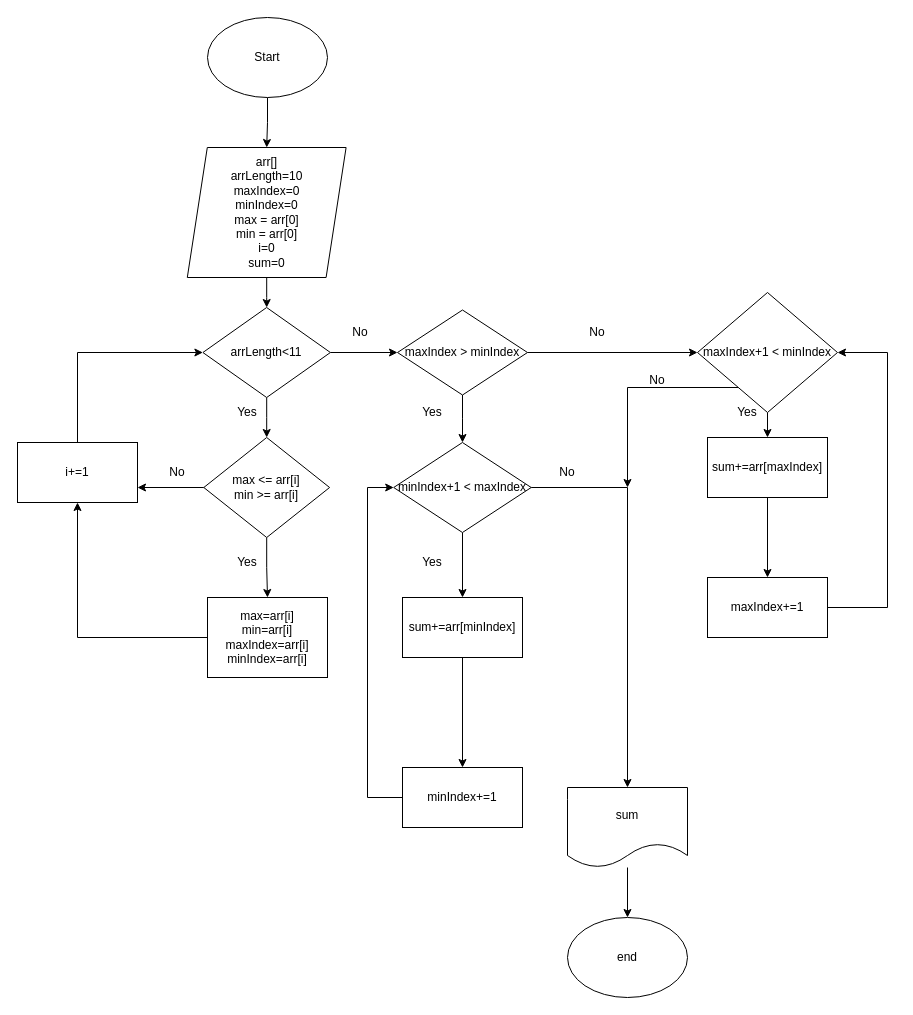
This is page "sum between" (2 of 2) of sum between max and min.drawio from Dioneer/Flowcharts, a draw.io file, before an edit. Source tidied: cells renumbered, new cells numbered last; positions are measured from the earlier drawing's top-left corner, leaving out a move shared by most shapes. Both pictures are drawn from the tidied source at 100%, with x=0, y=0 at pixel (17, 17).
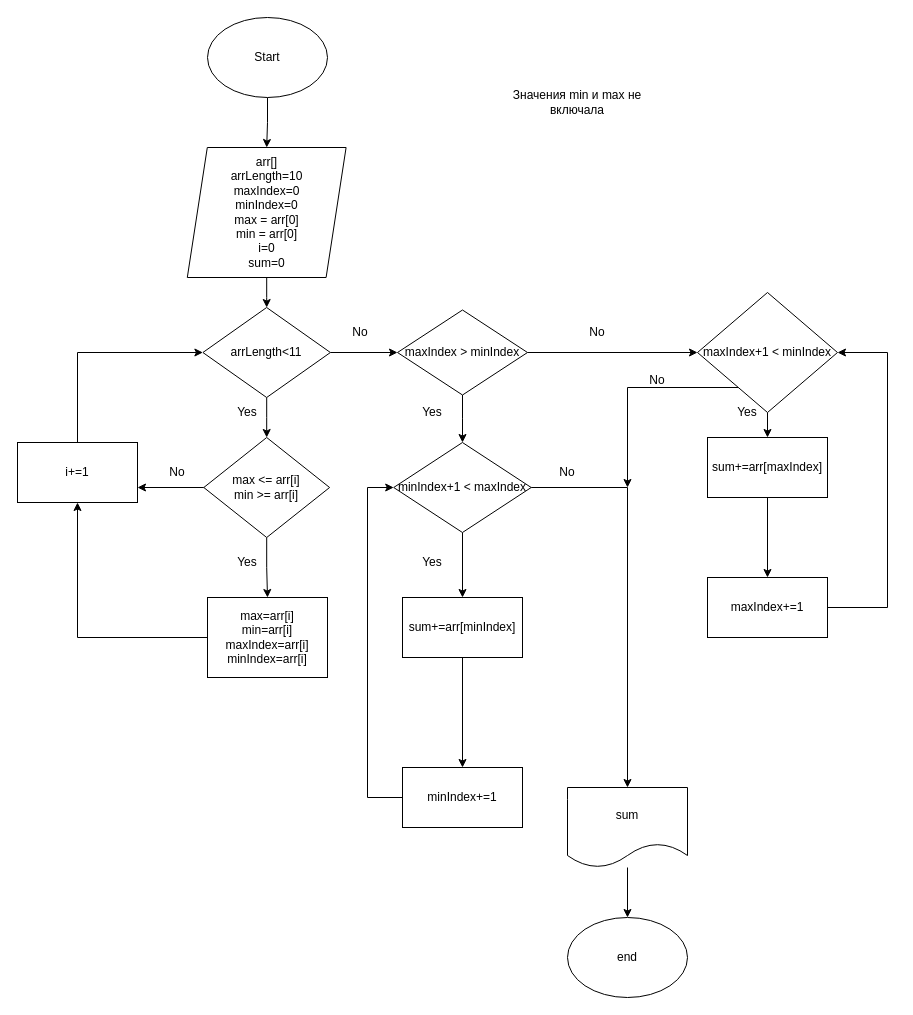
The same page after the edit.

Commit message:
sumcorrect between max and min.drawio

What changed in the source:
```diff
@@
+    <mxCell id="46" value="Значения min и max не включала" style="text;html=1;strokeColor=none;fillColor=none;align=center;verticalAlign=middle;whiteSpace=wrap;rounded=0;" parent="1" vertex="1">
+      <mxGeometry x="480" y="50" width="160" height="70" as="geometry" />
+    </mxCell>
```
